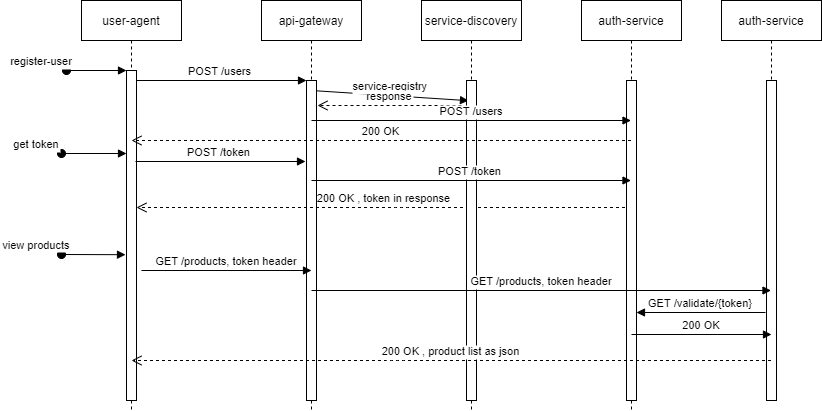
pritamprasd/e-commerce keeps this draw.io diagram as sync/architecture/getproducts.png. Above is the earlier version. Source tidied: cells renumbered, new cells last; positions are measured from the earlier drawing's top-left corner, leaving out a move shared by most shapes. Source of this version:
```xml
<mxGraphModel>
  <root>
    <mxCell id="0" />
    <mxCell id="1" parent="0" />
    <mxCell id="2" value="service-registry" style="verticalAlign=bottom;endArrow=block;shadow=0;strokeWidth=1;entryX=0.2;entryY=0.063;entryDx=0;entryDy=0;entryPerimeter=0;" parent="1" edge="1" target="11">
      <mxGeometry relative="1" as="geometry">
        <mxPoint x="250" y="90" as="sourcePoint" />
      </mxGeometry>
    </mxCell>
    <mxCell id="3" value="user-agent" style="shape=umlLifeline;perimeter=lifelinePerimeter;rounded=0;shadow=0;strokeWidth=1;" parent="1" vertex="1">
      <mxGeometry x="20" width="100" height="410" as="geometry" />
    </mxCell>
    <mxCell id="4" style="points=[];perimeter=orthogonalPerimeter;rounded=0;shadow=0;strokeWidth=1;" parent="3" vertex="1">
      <mxGeometry x="45" y="70" width="10" height="330" as="geometry" />
    </mxCell>
    <mxCell id="5" value="register-user" style="verticalAlign=bottom;startArrow=oval;endArrow=block;startSize=8;shadow=0;strokeWidth=1;" parent="3" edge="1" target="4">
      <mxGeometry x="-1" y="-25" relative="1" as="geometry">
        <mxPoint x="-15" y="70" as="sourcePoint" />
        <mxPoint x="-25" y="-25" as="offset" />
      </mxGeometry>
    </mxCell>
    <mxCell id="6" value="api-gateway" style="shape=umlLifeline;perimeter=lifelinePerimeter;rounded=0;shadow=0;strokeWidth=1;" parent="1" vertex="1">
      <mxGeometry x="200" width="100" height="410" as="geometry" />
    </mxCell>
    <mxCell id="7" style="points=[];perimeter=orthogonalPerimeter;rounded=0;shadow=0;strokeWidth=1;" parent="6" vertex="1">
      <mxGeometry x="45" y="80" width="10" height="320" as="geometry" />
    </mxCell>
    <mxCell id="8" value="200 OK , token in response" style="verticalAlign=bottom;endArrow=open;dashed=1;endSize=8;shadow=0;strokeWidth=1;" parent="1" edge="1">
      <mxGeometry relative="1" as="geometry">
        <mxPoint x="569.5" y="207" as="sourcePoint" />
        <mxPoint x="75" y="207" as="targetPoint" />
        <Array as="points">
          <mxPoint x="340" y="207" />
        </Array>
      </mxGeometry>
    </mxCell>
    <mxCell id="9" value="POST /users " style="verticalAlign=bottom;endArrow=block;entryX=0;entryY=0;shadow=0;strokeWidth=1;" parent="1" edge="1" source="4" target="7">
      <mxGeometry relative="1" as="geometry" />
    </mxCell>
    <mxCell id="10" value="service-discovery" style="shape=umlLifeline;perimeter=lifelinePerimeter;rounded=0;shadow=0;strokeWidth=1;" parent="1" vertex="1">
      <mxGeometry x="360" width="100" height="410" as="geometry" />
    </mxCell>
    <mxCell id="11" style="points=[];perimeter=orthogonalPerimeter;rounded=0;shadow=0;strokeWidth=1;" parent="10" vertex="1">
      <mxGeometry x="45" y="80" width="10" height="320" as="geometry" />
    </mxCell>
    <mxCell id="12" value="auth-service" style="shape=umlLifeline;perimeter=lifelinePerimeter;rounded=0;shadow=0;strokeWidth=1;" parent="1" vertex="1">
      <mxGeometry x="520" width="100" height="410" as="geometry" />
    </mxCell>
    <mxCell id="13" style="points=[];perimeter=orthogonalPerimeter;rounded=0;shadow=0;strokeWidth=1;" parent="12" vertex="1">
      <mxGeometry x="45" y="80" width="10" height="320" as="geometry" />
    </mxCell>
    <mxCell id="14" value="200 OK" style="verticalAlign=bottom;endArrow=open;dashed=1;endSize=8;shadow=0;strokeWidth=1;" parent="1" edge="1" source="12">
      <mxGeometry relative="1" as="geometry">
        <mxPoint x="70" y="140" as="targetPoint" />
      </mxGeometry>
    </mxCell>
    <mxCell id="15" value="response" style="verticalAlign=bottom;endArrow=open;dashed=1;endSize=8;shadow=0;strokeWidth=1;" parent="1" edge="1">
      <mxGeometry relative="1" as="geometry">
        <mxPoint x="400" y="105" as="sourcePoint" />
        <mxPoint x="256" y="105" as="targetPoint" />
      </mxGeometry>
    </mxCell>
    <mxCell id="16" value="POST /users" style="verticalAlign=bottom;endArrow=block;shadow=0;strokeWidth=1;" parent="1" edge="1" target="12">
      <mxGeometry relative="1" as="geometry">
        <mxPoint x="250" y="120" as="sourcePoint" />
      </mxGeometry>
    </mxCell>
    <mxCell id="17" value="POST /token " style="verticalAlign=bottom;endArrow=block;entryX=0;entryY=0;shadow=0;strokeWidth=1;" parent="1" edge="1">
      <mxGeometry relative="1" as="geometry">
        <mxPoint x="74" y="161" as="sourcePoint" />
        <mxPoint x="244" y="161" as="targetPoint" />
      </mxGeometry>
    </mxCell>
    <mxCell id="18" value="get token" style="verticalAlign=bottom;startArrow=oval;endArrow=block;startSize=8;shadow=0;strokeWidth=1;" parent="1" edge="1" target="4">
      <mxGeometry x="-1" y="-25" relative="1" as="geometry">
        <mxPoint y="153" as="sourcePoint" />
        <mxPoint x="-25" y="-25" as="offset" />
      </mxGeometry>
    </mxCell>
    <mxCell id="19" value="auth-service" style="shape=umlLifeline;perimeter=lifelinePerimeter;rounded=0;shadow=0;strokeWidth=1;" parent="1" vertex="1">
      <mxGeometry x="660" width="100" height="400" as="geometry" />
    </mxCell>
    <mxCell id="20" style="points=[];perimeter=orthogonalPerimeter;rounded=0;shadow=0;strokeWidth=1;" parent="19" vertex="1">
      <mxGeometry x="45" y="80" width="10" height="320" as="geometry" />
    </mxCell>
    <mxCell id="21" value="200 OK" style="verticalAlign=bottom;endArrow=block;shadow=0;strokeWidth=1;" parent="19" edge="1">
      <mxGeometry relative="1" as="geometry">
        <mxPoint x="-90" y="334" as="sourcePoint" />
        <mxPoint x="50" y="334" as="targetPoint" />
      </mxGeometry>
    </mxCell>
    <mxCell id="22" value="view products" style="verticalAlign=bottom;startArrow=oval;endArrow=block;startSize=8;shadow=0;strokeWidth=1;entryX=-0.1;entryY=0.42;entryDx=0;entryDy=0;entryPerimeter=0;" parent="1" edge="1">
      <mxGeometry x="-1" y="-25" relative="1" as="geometry">
        <mxPoint y="254" as="sourcePoint" />
        <mxPoint x="64" y="254.2" as="targetPoint" />
        <mxPoint x="-25" y="-25" as="offset" />
      </mxGeometry>
    </mxCell>
    <mxCell id="23" value="GET /products, token header" style="verticalAlign=bottom;endArrow=block;entryX=0;entryY=0;shadow=0;strokeWidth=1;" parent="1" edge="1">
      <mxGeometry relative="1" as="geometry">
        <mxPoint x="80" y="270" as="sourcePoint" />
        <mxPoint x="250" y="270" as="targetPoint" />
      </mxGeometry>
    </mxCell>
    <mxCell id="24" value="POST /token " style="verticalAlign=bottom;endArrow=block;shadow=0;strokeWidth=1;" parent="1" edge="1" target="12">
      <mxGeometry relative="1" as="geometry">
        <mxPoint x="250" y="180" as="sourcePoint" />
      </mxGeometry>
    </mxCell>
    <mxCell id="25" value="GET /products, token header" style="verticalAlign=bottom;endArrow=block;shadow=0;strokeWidth=1;" parent="1" edge="1" target="19">
      <mxGeometry relative="1" as="geometry">
        <mxPoint x="250" y="290" as="sourcePoint" />
      </mxGeometry>
    </mxCell>
    <mxCell id="26" value="GET /validate/{token}" style="verticalAlign=bottom;endArrow=block;shadow=0;strokeWidth=1;exitX=-0.1;exitY=0.725;exitDx=0;exitDy=0;exitPerimeter=0;" parent="1" edge="1" source="20" target="13">
      <mxGeometry relative="1" as="geometry" />
    </mxCell>
    <mxCell id="27" value="200 OK , product list as json" style="verticalAlign=bottom;endArrow=open;dashed=1;endSize=8;shadow=0;strokeWidth=1;" parent="1" edge="1" source="19">
      <mxGeometry relative="1" as="geometry">
        <mxPoint x="70" y="360" as="targetPoint" />
        <Array as="points">
          <mxPoint x="335" y="360" />
        </Array>
      </mxGeometry>
    </mxCell>
  </root>
</mxGraphModel>
```
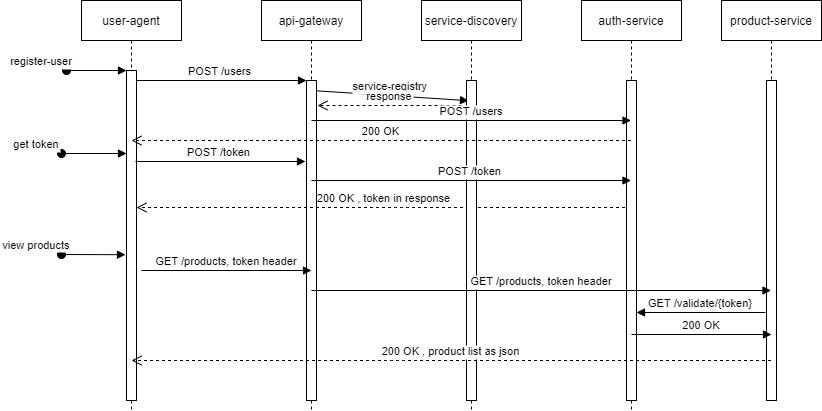
The same file after the commit.

What changed in the source:
```diff
@@ -77,7 +77,7 @@
         <mxPoint x="-25" y="-25" as="offset" />
       </mxGeometry>
     </mxCell>
-    <mxCell id="19" value="auth-service" style="shape=umlLifeline;perimeter=lifelinePerimeter;rounded=0;shadow=0;strokeWidth=1;" parent="1" vertex="1">
+    <mxCell id="19" value="product-service" style="shape=umlLifeline;perimeter=lifelinePerimeter;rounded=0;shadow=0;strokeWidth=1;" parent="1" vertex="1">
       <mxGeometry x="660" width="100" height="400" as="geometry" />
     </mxCell>
     <mxCell id="20" style="points=[];perimeter=orthogonalPerimeter;rounded=0;shadow=0;strokeWidth=1;" parent="19" vertex="1">
```
